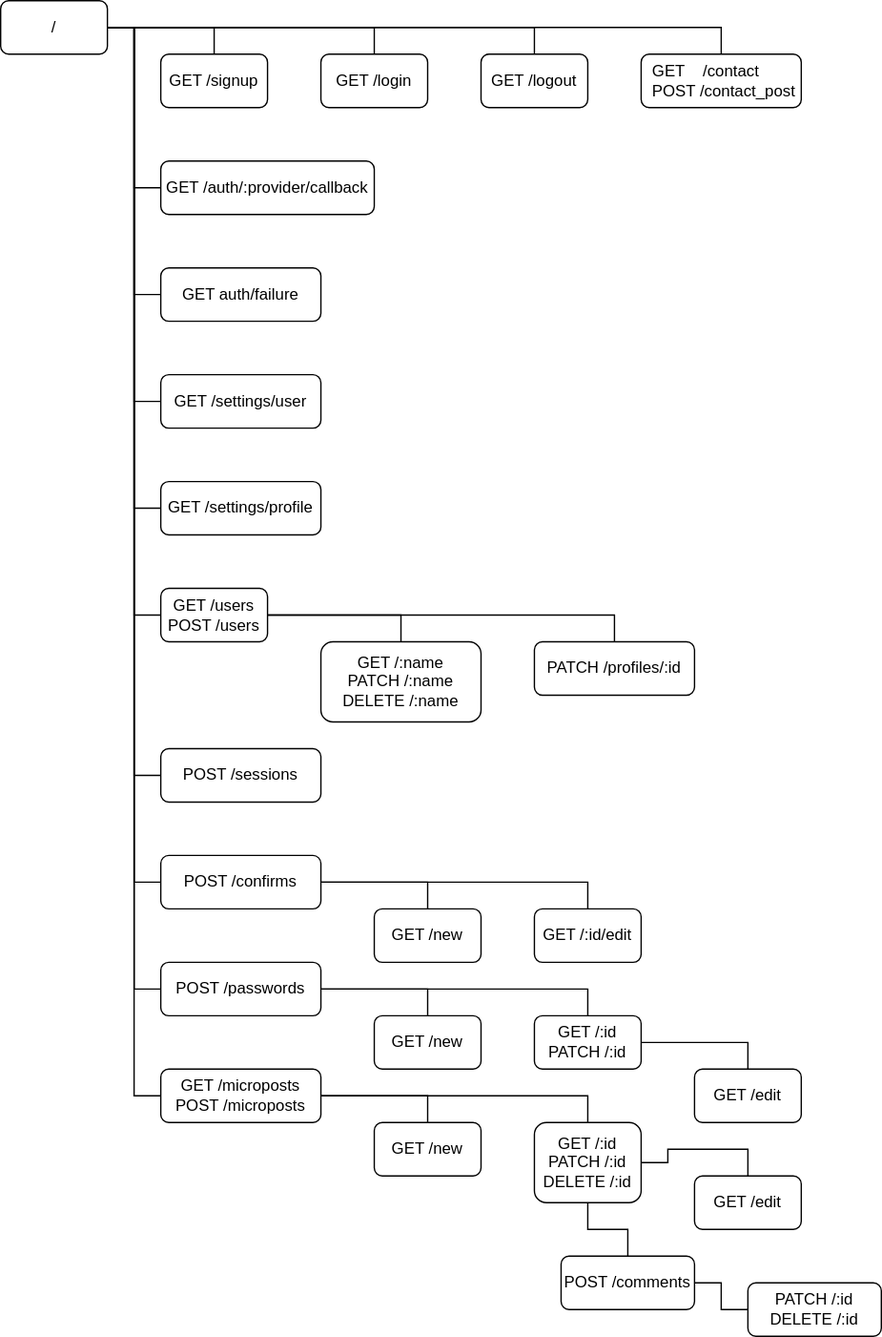
The draw.io diagram doc/images/routing.drawio.svg in ittoku703/mizusirazu, before a commit. Source tidied: cells renumbered, new cells last; positions are measured from the earlier drawing's top-left corner, leaving out a move shared by most shapes.
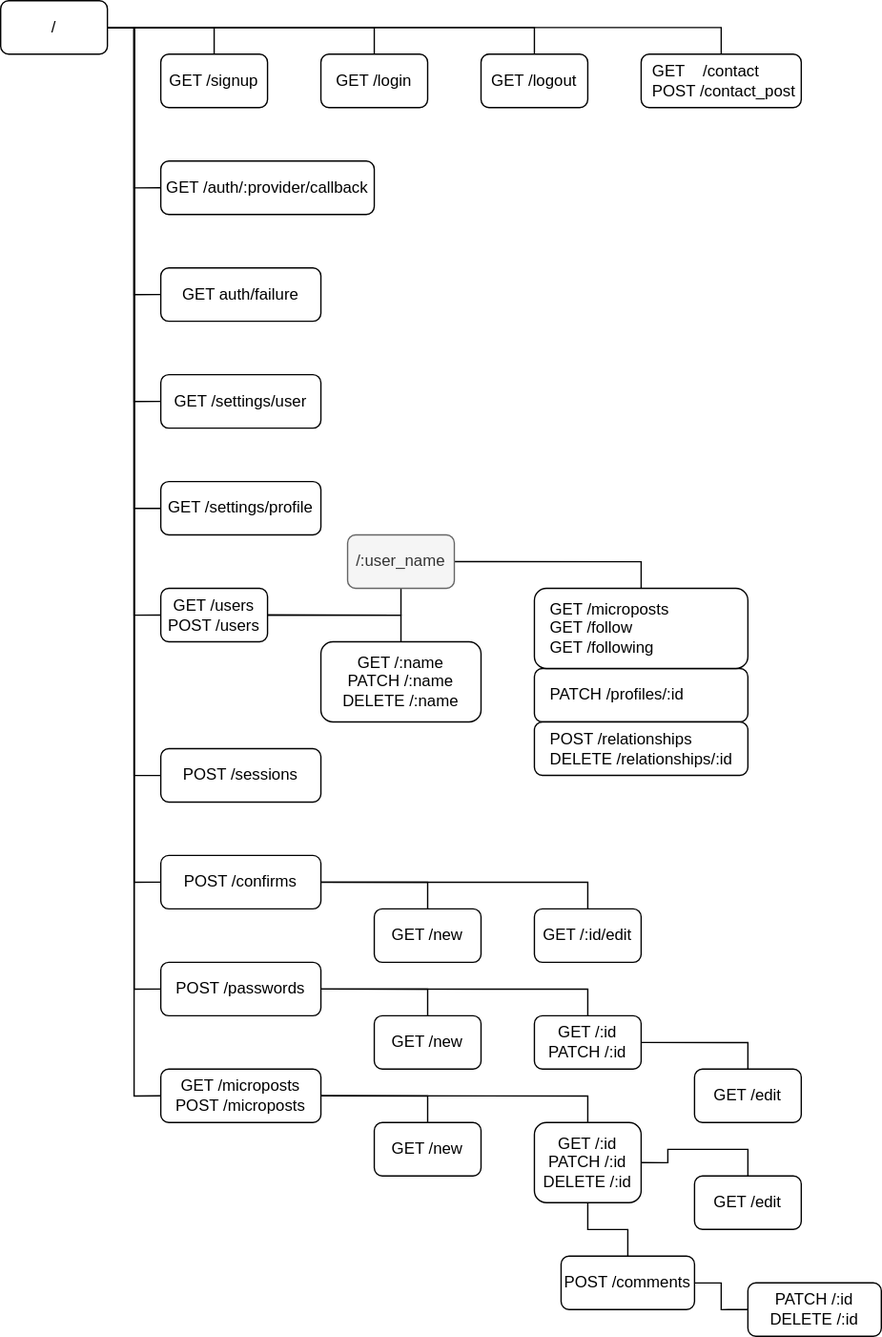
After the change.

What changed in the source:
```diff
@@ -45,9 +45,9 @@
     <mxCell id="14" style="edgeStyle=orthogonalEdgeStyle;rounded=0;jettySize=auto;html=1;exitX=1;exitY=0.5;exitDx=0;exitDy=0;entryX=0.5;entryY=0;entryDx=0;entryDy=0;endArrow=none;endFill=0;" parent="1" edge="1" source="16" target="32">
       <mxGeometry relative="1" as="geometry" />
     </mxCell>
-    <mxCell id="15" style="edgeStyle=orthogonalEdgeStyle;rounded=0;jettySize=auto;html=1;entryX=0.5;entryY=0;entryDx=0;entryDy=0;endArrow=none;endFill=0;" parent="1" edge="1" source="16" target="29">
-      <mxGeometry relative="1" as="geometry" />
-    </mxCell>
+    <mxCell id="53" style="edgeStyle=orthogonalEdgeStyle;rounded=0;jettySize=auto;html=1;exitX=1;exitY=0.5;exitDx=0;exitDy=0;entryX=0.5;entryY=1;entryDx=0;entryDy=0;endArrow=none;endFill=0;" parent="1" edge="1" source="16" target="56">
+      <mxGeometry relative="1" as="geometry" />
+    </mxCell>
     <mxCell id="16" value="GET /users&lt;br&gt;POST /users" style="rounded=1;whiteSpace=wrap;html=1;" parent="1" vertex="1">
       <mxGeometry x="120" y="440" width="80" height="40" as="geometry" />
     </mxCell>
@@ -87,8 +87,8 @@
     <mxCell id="28" value="POST /passwords" style="rounded=1;whiteSpace=wrap;html=1;" parent="1" vertex="1">
       <mxGeometry x="120" y="720" width="120" height="40" as="geometry" />
     </mxCell>
-    <mxCell id="29" value="PATCH /profiles/:id" style="rounded=1;whiteSpace=wrap;html=1;" parent="1" vertex="1">
-      <mxGeometry x="400" y="480" width="120" height="40" as="geometry" />
+    <mxCell id="29" value="PATCH /profiles/:id" style="rounded=1;whiteSpace=wrap;html=1;align=left;spacingLeft=10;" parent="1" vertex="1">
+      <mxGeometry x="400" y="500" width="160" height="40" as="geometry" />
     </mxCell>
     <mxCell id="30" value="GET /auth/:provider/callback" style="rounded=1;whiteSpace=wrap;html=1;" parent="1" vertex="1">
       <mxGeometry x="120" y="120" width="160" height="40" as="geometry" />
@@ -159,5 +159,17 @@
     <mxCell id="52" value="&amp;nbsp; GET&amp;nbsp; &amp;nbsp; /contact&lt;br&gt;&amp;nbsp; POST /contact_post" style="rounded=1;whiteSpace=wrap;html=1;align=left;" parent="1" vertex="1">
       <mxGeometry x="480" y="40" width="120" height="40" as="geometry" />
     </mxCell>
+    <mxCell id="54" value="POST /relationships&lt;br&gt;DELETE /relationships/:id" style="rounded=1;whiteSpace=wrap;html=1;align=left;spacingLeft=10;" parent="1" vertex="1">
+      <mxGeometry x="400" y="540" width="160" height="40" as="geometry" />
+    </mxCell>
+    <mxCell id="55" style="edgeStyle=orthogonalEdgeStyle;rounded=0;jettySize=auto;html=1;exitX=1;exitY=0.5;exitDx=0;exitDy=0;entryX=0.5;entryY=0;entryDx=0;entryDy=0;endArrow=none;endFill=0;" parent="1" edge="1" source="56" target="57">
+      <mxGeometry relative="1" as="geometry" />
+    </mxCell>
+    <mxCell id="56" value="/:user_name" style="rounded=1;whiteSpace=wrap;html=1;align=center;spacingLeft=0;fillColor=#f5f5f5;fontColor=#333333;strokeColor=#666666;" parent="1" vertex="1">
+      <mxGeometry x="260" y="400" width="80" height="40" as="geometry" />
+    </mxCell>
+    <mxCell id="57" value="GET /microposts&lt;br&gt;GET /follow&lt;br&gt;GET /following" style="rounded=1;whiteSpace=wrap;html=1;align=left;spacingLeft=10;" parent="1" vertex="1">
+      <mxGeometry x="400" y="440" width="160" height="60" as="geometry" />
+    </mxCell>
   </root>
 </mxGraphModel>
```
